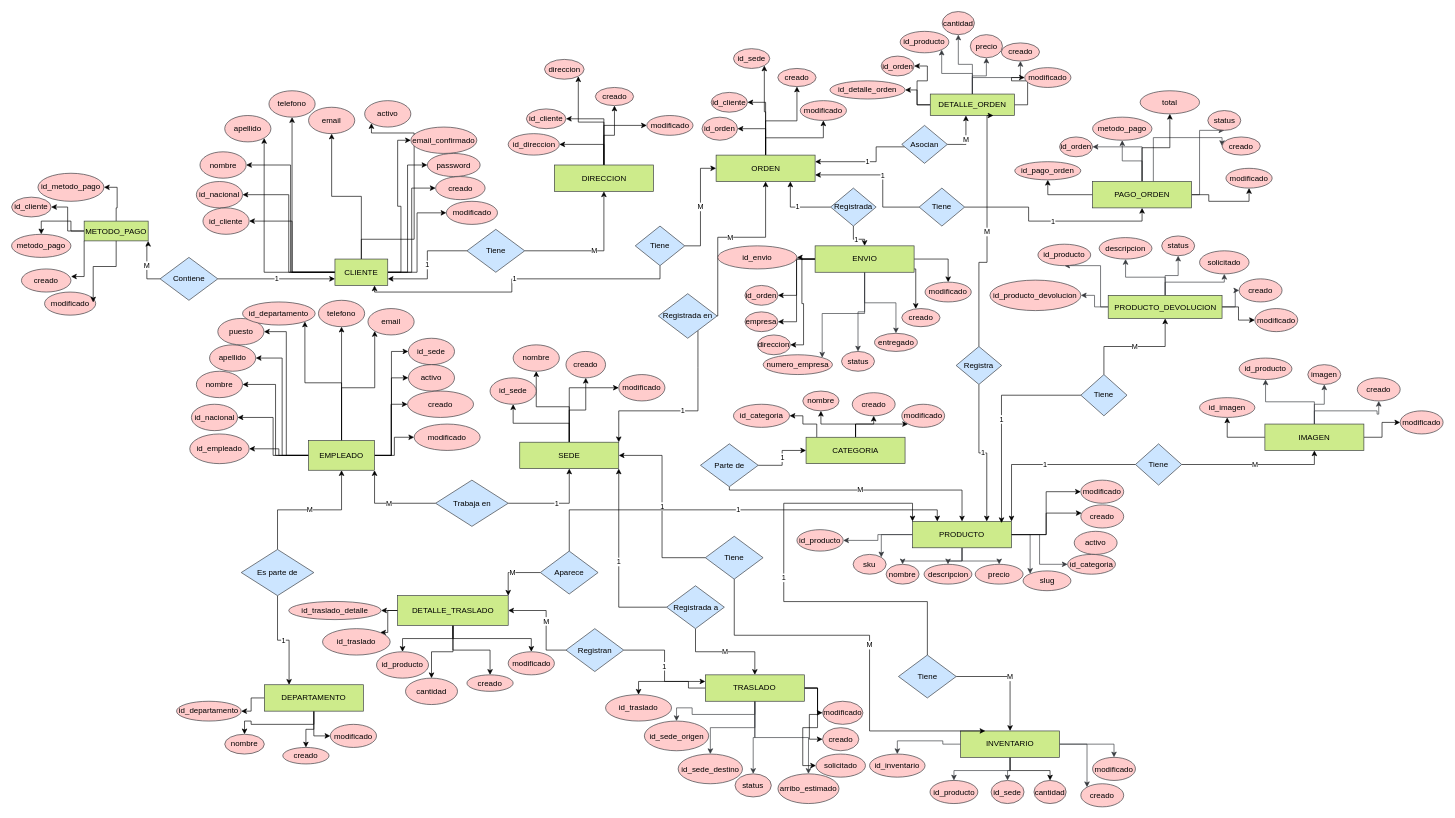
Earlier version of the draw.io diagram v2_modelo_conceptual/Modelo conceptual.drawio (K-Giron/-SBD1-P1_202010844). Source tidied: cells renumbered, new cells numbered last; positions are measured from the earlier drawing's top-left corner, leaving out a move shared by most shapes. Both pictures are drawn from the tidied source at 66%, with x=0, y=0 at pixel (11, 11).
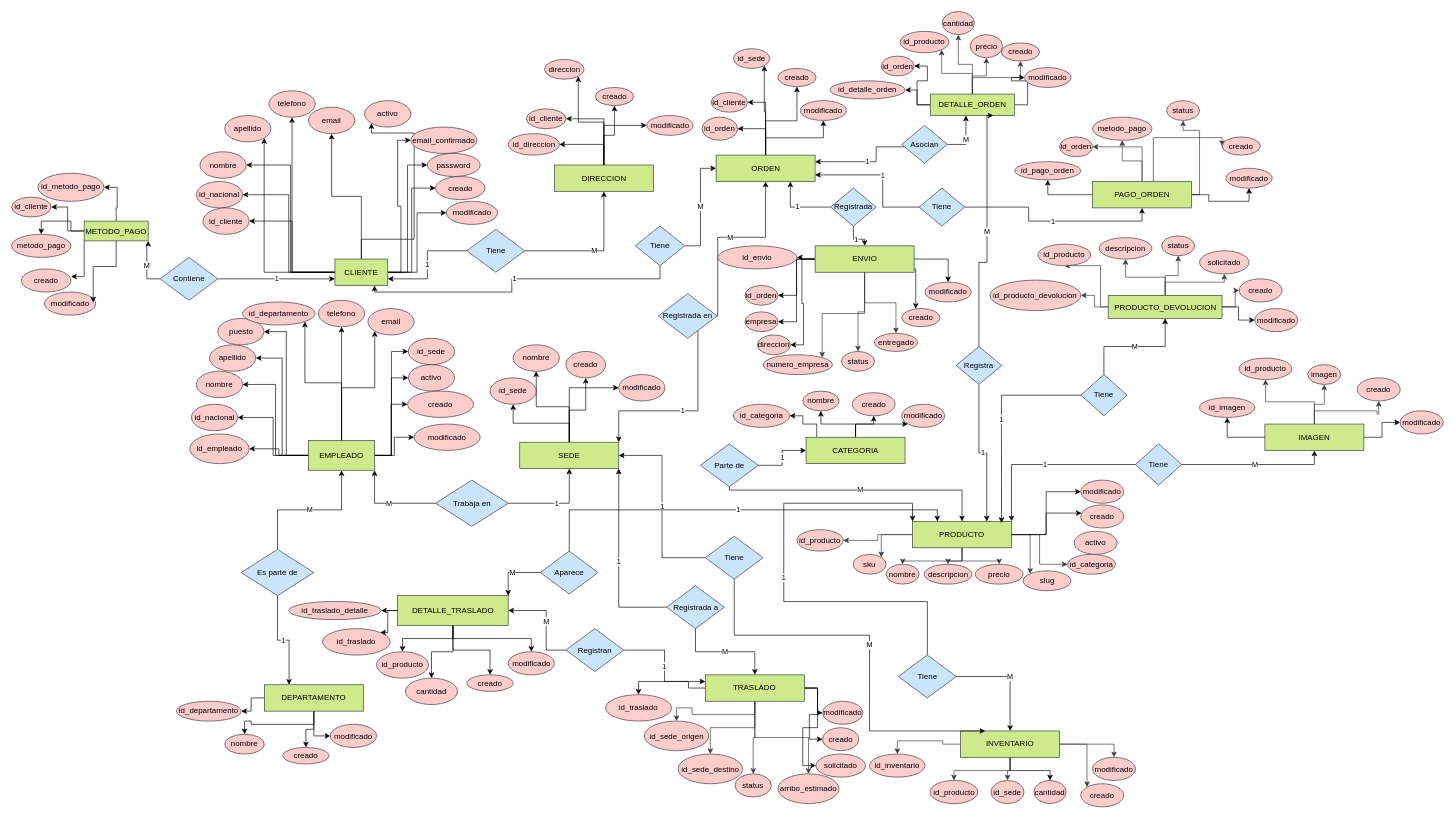
The same page after the edit.

Unchanged cells that the change refers to:
```xml
<mxCell id="233" value="PAGO_ORDEN" style="rounded=0;whiteSpace=wrap;html=1;fillColor=#cdeb8b;strokeColor=#36393d;" parent="1" vertex="1">
  <mxGeometry x="1637.9" y="257.5" width="150" height="40" as="geometry" />
</mxCell>
```

Change to the diagram source:
```diff
@@
-    <mxCell id="232" style="edgeStyle=orthogonalEdgeStyle;rounded=0;jettySize=auto;html=1;" parent="1" edge="1" source="233" target="301">
-      <mxGeometry relative="1" as="geometry" />
-    </mxCell>
@@
     <mxCell id="271" value="status" style="ellipse;whiteSpace=wrap;html=1;fillColor=#ffcccc;strokeColor=#36393d;" parent="1" vertex="1">
-      <mxGeometry x="1812.5" y="150" width="50" height="30" as="geometry" />
+      <mxGeometry x="1750" y="135" width="50" height="30" as="geometry" />
     </mxCell>
@@
-    <mxCell id="301" value="total" style="ellipse;whiteSpace=wrap;html=1;fillColor=#ffcccc;strokeColor=#36393d;" parent="1" vertex="1">
-      <mxGeometry x="1710" y="120" width="90" height="35" as="geometry" />
-    </mxCell>
```
